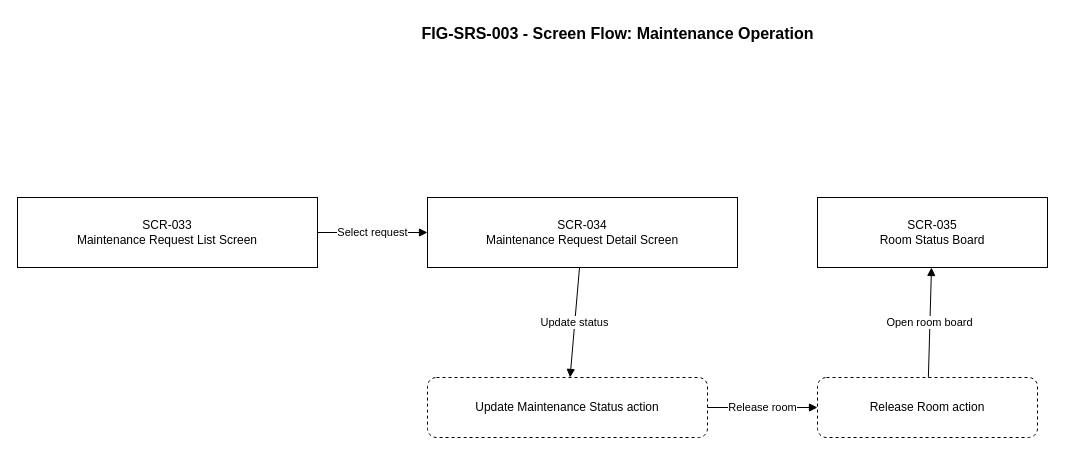
thaideptrai218/hotel-management-system-srs keeps this draw.io diagram as diagrams/drawio/FIG-SRS-003_screen_flow_maintenance_operation.drawio. Above is the earlier version. Source tidied: cells renumbered, new cells numbered last; positions are measured from the earlier drawing's top-left corner, leaving out a move shared by most shapes. Both pictures are drawn from the tidied source at 100%, with x=0, y=0 at pixel (17, 17).
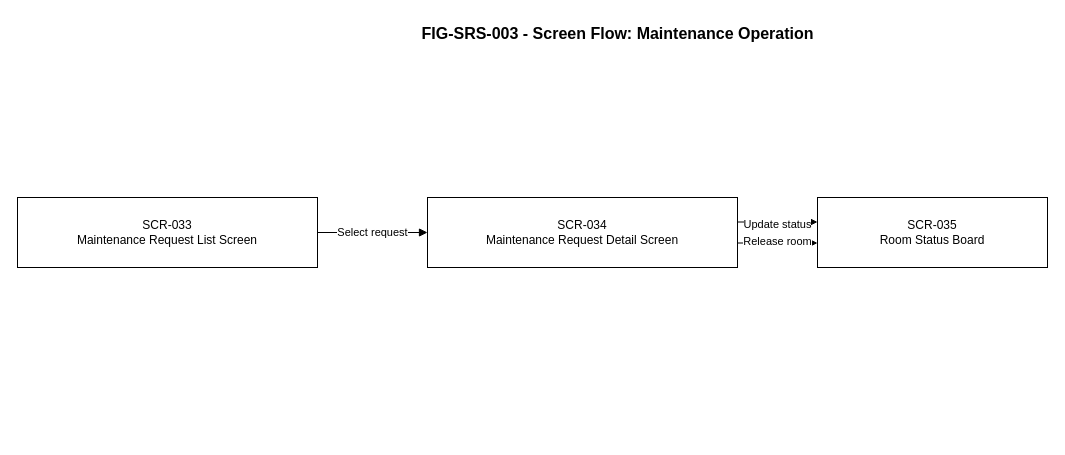
The same page after the edit.

What changed in the source:
```diff
@@
 <mxGraphModel>
   <root>
     <mxCell id="0" />
     <mxCell id="1" parent="0" />
     <mxCell id="2" value="FIG-SRS-003 - Screen Flow: Maintenance Operation" style="text;html=1;strokeColor=none;fillColor=none;fontSize=16;fontStyle=1;align=center;" parent="1" vertex="1">
       <mxGeometry x="200" width="800" height="40" as="geometry" />
     </mxCell>
     <mxCell id="3" value="SCR-033&#10;Maintenance Request List Screen" style="rounded=0;whiteSpace=wrap;html=1;fontSize=12;" parent="1" vertex="1">
       <mxGeometry y="180" width="300" height="70" as="geometry" />
     </mxCell>
     <mxCell id="4" value="SCR-034&#10;Maintenance Request Detail Screen" style="rounded=0;whiteSpace=wrap;html=1;fontSize=12;" parent="1" vertex="1">
       <mxGeometry x="410" y="180" width="310" height="70" as="geometry" />
     </mxCell>
-    <mxCell id="5" value="Update Maintenance Status action" style="rounded=1;whiteSpace=wrap;html=1;dashed=1;fontSize=12;" parent="1" vertex="1">
-      <mxGeometry x="410" y="360" width="280" height="60" as="geometry" />
-    </mxCell>
-    <mxCell id="6" value="Release Room action" style="rounded=1;whiteSpace=wrap;html=1;dashed=1;fontSize=12;" parent="1" vertex="1">
-      <mxGeometry x="800" y="360" width="220" height="60" as="geometry" />
-    </mxCell>
     <mxCell id="7" value="SCR-035&#10;Room Status Board" style="rounded=0;whiteSpace=wrap;html=1;fontSize=12;" parent="1" vertex="1">
       <mxGeometry x="800" y="180" width="230" height="70" as="geometry" />
     </mxCell>
     <mxCell id="8" value="Select request" style="endArrow=block;html=1;rounded=0;fontSize=11;" parent="1" edge="1" source="3" target="4">
       <mxGeometry relative="1" as="geometry" />
     </mxCell>
-    <mxCell id="9" value="Update status" style="endArrow=block;html=1;rounded=0;fontSize=11;" parent="1" edge="1" source="4" target="5">
-      <mxGeometry relative="1" as="geometry" />
+    <mxCell id="9" value="Update status" style="endArrow=block;html=1;rounded=0;fontSize=11;exitX=1;exitY=0.35;exitDx=0;exitDy=0;entryX=0;entryY=0.35;entryDx=0;entryDy=0;labelBackgroundColor=#ffffff;" parent="1" edge="1" source="4" target="7">
+      <mxGeometry y="-12" relative="1" as="geometry">
+        <mxPoint y="-10" as="offset" />
+      </mxGeometry>
     </mxCell>
-    <mxCell id="10" value="Release room" style="endArrow=block;html=1;rounded=0;fontSize=11;" parent="1" edge="1" source="5" target="6">
-      <mxGeometry relative="1" as="geometry" />
+    <mxCell id="10" value="Release room" style="endArrow=block;html=1;rounded=0;fontSize=11;exitX=1;exitY=0.65;exitDx=0;exitDy=0;entryX=0;entryY=0.65;entryDx=0;entryDy=0;labelBackgroundColor=#ffffff;" parent="1" edge="1" source="4" target="7">
+      <mxGeometry y="12" relative="1" as="geometry">
+        <mxPoint y="10" as="offset" />
+      </mxGeometry>
     </mxCell>
-    <mxCell id="11" value="Open room board" style="endArrow=block;html=1;rounded=0;fontSize=11;" parent="1" edge="1" source="6" target="7">
-      <mxGeometry relative="1" as="geometry" />
-    </mxCell>
   </root>
 </mxGraphModel>
```
